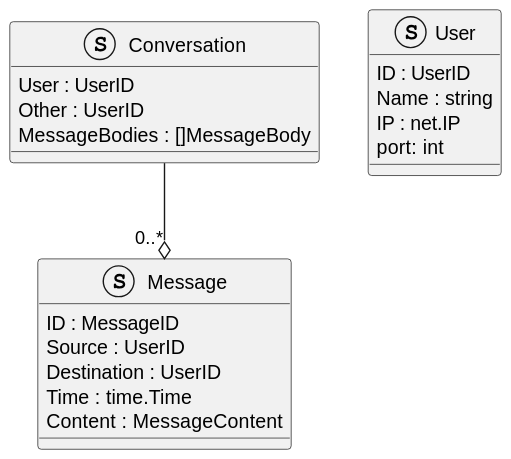
Above: exercice_2/plantuml/class.svg in scanim-valentin/training-restful-go (PlantUML), before the change. Its diagram source:
```plantuml
@startuml
struct Message{
    ID : MessageID
    Source : UserID
    Destination : UserID
    Time : time.Time
    Content : MessageContent
}

struct User{
    ID : UserID
    Name : string
    IP : net.IP
    port: int
}

struct Conversation{
    User : UserID
    Other : UserID
    MessageBodies : []MessageBody
}

Conversation --o "0..*" Message
@enduml
```
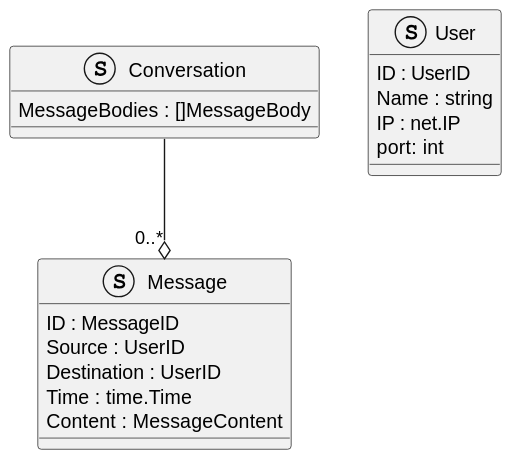
The same file after the commit.

Diff of the diagram source:
```diff
@@ -15,8 +15,6 @@
 }
 
 struct Conversation{
-    User : UserID
-    Other : UserID
     MessageBodies : []MessageBody
 }
 
```
